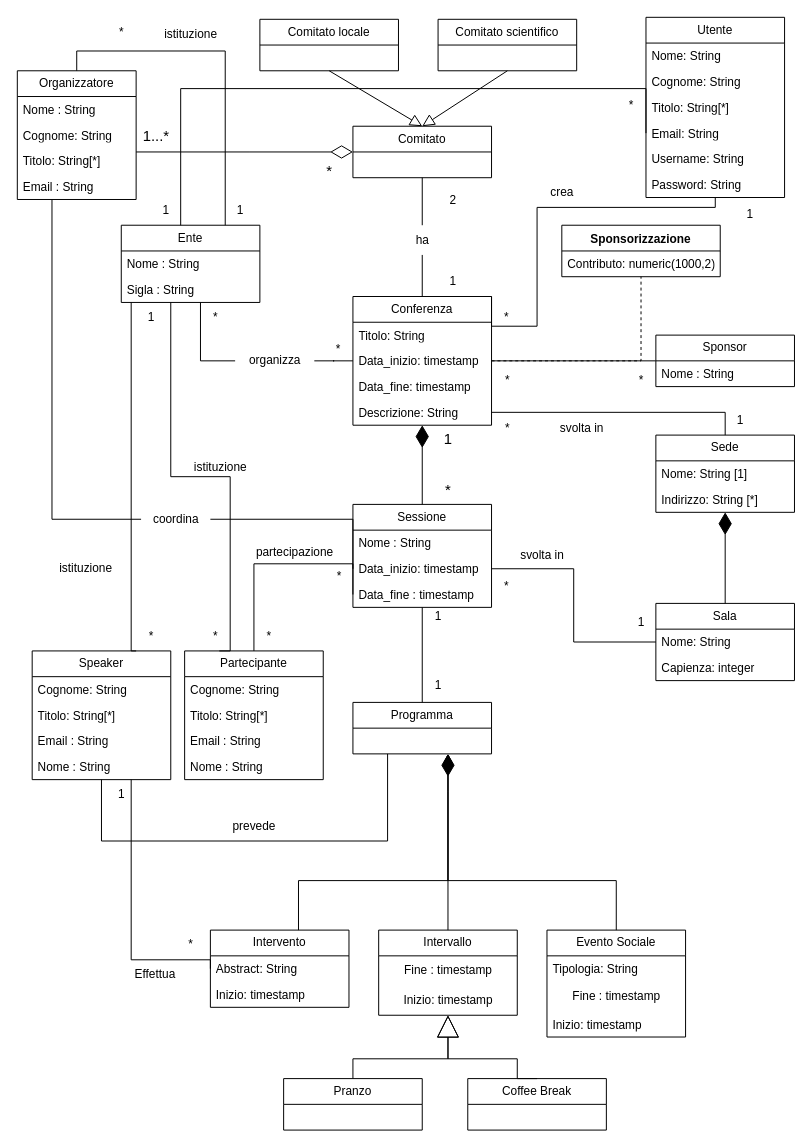
Above: Documentazione/Documentazione_DB/Immagini/Schema_Concettuale.drawio in Antonio-Caporaso/OO-BD-22-23 (draw.io), before the change. Source tidied: cells renumbered, new cells numbered last; positions are measured from the earlier drawing's top-left corner, leaving out a move shared by most shapes. Both pictures are drawn from the tidied source at 99%, with x=0, y=0 at pixel (17, 17).
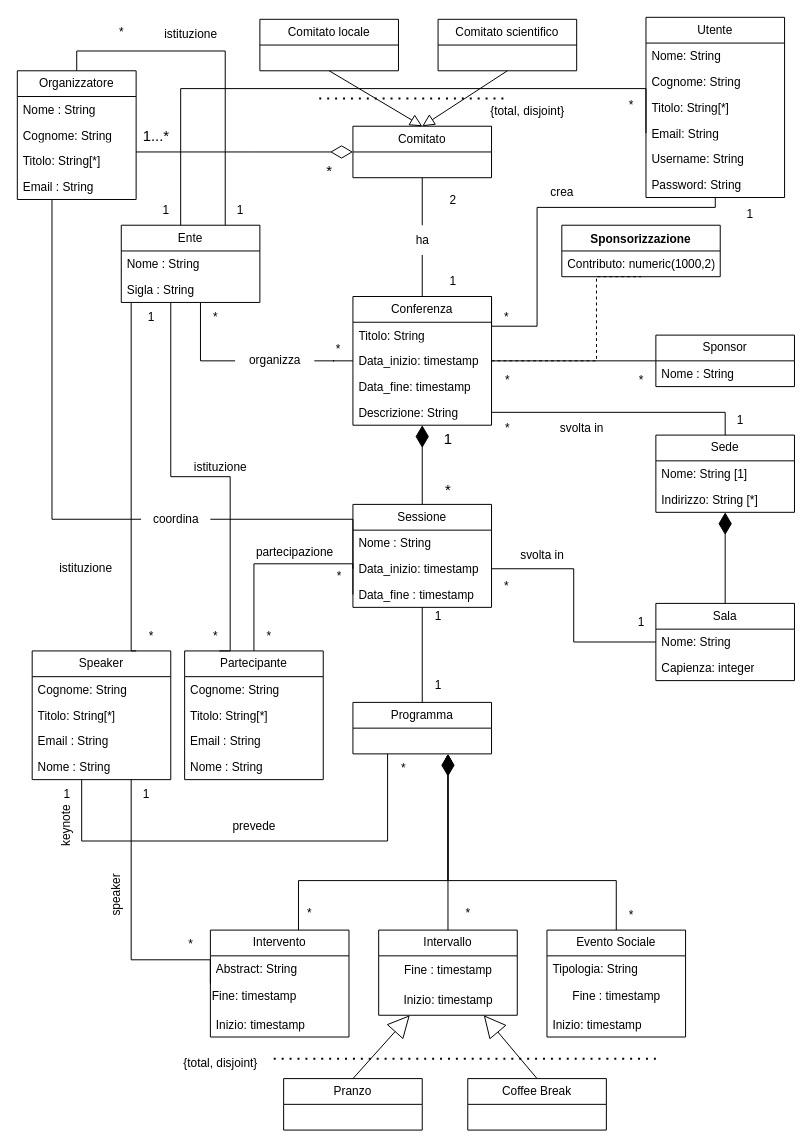
The same diagram, later.

The change refers to these unchanged cells:
```xml
<mxCell id="19" value="Data_inizio: timestamp" style="text;strokeColor=none;fillColor=none;align=left;verticalAlign=top;spacingLeft=4;spacingRight=4;overflow=hidden;points=[[0,0.5],[1,0.5]];portConstraint=eastwest;whiteSpace=wrap;html=1;fontSize=12;fontFamily=Helvetica;fontColor=default;" parent="17" vertex="1">
  <mxGeometry y="52" width="140" height="26" as="geometry" />
</mxCell>
<mxCell id="28" value="Sponsorizzazione" style="swimlane;fontStyle=1;align=center;verticalAlign=top;horizontal=1;startSize=26;whiteSpace=wrap;html=1;fontFamily=Helvetica;fontSize=12;fontColor=default;fillColor=none;gradientColor=none;" parent="1" vertex="1">
  <mxGeometry x="550" y="210" width="160" height="52" as="geometry" />
</mxCell>
<mxCell id="68" value="Programma" style="swimlane;fontStyle=0;horizontal=1;startSize=26;fillColor=none;whiteSpace=wrap;html=1;fontFamily=Helvetica;fontSize=12;fontColor=default;" parent="1" vertex="1">
  <mxGeometry x="339" y="692" width="140" height="52" as="geometry" />
</mxCell>
<mxCell id="71" value="Speaker" style="swimlane;fontStyle=0;horizontal=1;startSize=26;fillColor=none;whiteSpace=wrap;html=1;fontFamily=Helvetica;fontSize=12;fontColor=default;" parent="1" vertex="1">
  <mxGeometry x="15" y="640" width="140" height="130" as="geometry" />
</mxCell>
<mxCell id="88" value="Intervallo" style="swimlane;fontStyle=0;horizontal=1;startSize=26;fillColor=none;whiteSpace=wrap;html=1;fontFamily=Helvetica;fontSize=12;fontColor=default;" parent="1" vertex="1">
  <mxGeometry x="365" y="922" width="140" height="86" as="geometry" />
</mxCell>
<mxCell id="97" value="Pranzo" style="swimlane;fontStyle=0;horizontal=1;startSize=26;fillColor=none;whiteSpace=wrap;html=1;fontFamily=Helvetica;fontSize=12;fontColor=default;" parent="1" vertex="1">
  <mxGeometry x="269" y="1072" width="140" height="52" as="geometry" />
</mxCell>
<mxCell id="99" value="Coffee Break" style="swimlane;fontStyle=0;horizontal=1;startSize=26;fillColor=none;whiteSpace=wrap;html=1;fontFamily=Helvetica;fontSize=12;fontColor=default;" parent="1" vertex="1">
  <mxGeometry x="455" y="1072" width="140" height="52" as="geometry" />
</mxCell>
```

The edit, as a diff of the source:
```diff
@@
     <mxCell id="30" style="edgeStyle=orthogonalEdgeStyle;rounded=0;jettySize=auto;html=1;exitX=1;exitY=0.5;exitDx=0;exitDy=0;entryX=0.5;entryY=1;entryDx=0;entryDy=0;fontFamily=Helvetica;fontSize=12;fontColor=default;dashed=1;endArrow=none;endFill=0;" parent="1" edge="1" source="19" target="28">
-      <mxGeometry relative="1" as="geometry" />
+      <mxGeometry relative="1" as="geometry">
+        <Array as="points">
+          <mxPoint x="585" y="347" />
+          <mxPoint x="585" y="262" />
+        </Array>
+      </mxGeometry>
     </mxCell>
@@
     <mxCell id="67" style="edgeStyle=orthogonalEdgeStyle;rounded=0;jettySize=auto;html=1;exitX=0.25;exitY=1;exitDx=0;exitDy=0;endArrow=none;endFill=0;" parent="1" edge="1" source="68" target="71">
       <mxGeometry relative="1" as="geometry">
         <Array as="points">
           <mxPoint x="374" y="832" />
-          <mxPoint x="85" y="832" />
+          <mxPoint x="65" y="832" />
         </Array>
       </mxGeometry>
     </mxCell>
@@
     <mxCell id="84" value="Intervento" style="swimlane;fontStyle=0;horizontal=1;startSize=26;fillColor=none;whiteSpace=wrap;html=1;fontFamily=Helvetica;fontSize=12;fontColor=default;" parent="1" vertex="1">
-      <mxGeometry x="195" y="922" width="140" height="78" as="geometry" />
+      <mxGeometry x="195" y="922" width="140" height="108" as="geometry" />
     </mxCell>
@@
+    <mxCell id="112" value="Fine: timestamp" style="text;html=1;align=left;verticalAlign=middle;strokeColor=none;fillColor=none;" parent="84" vertex="1">
+      <mxGeometry y="52" width="140" height="30" as="geometry" />
+    </mxCell>
     <mxCell id="86" value="Inizio: timestamp" style="text;strokeColor=none;fillColor=none;align=left;verticalAlign=top;spacingLeft=4;spacingRight=4;overflow=hidden;whiteSpace=wrap;html=1;fontSize=12;fontFamily=Helvetica;fontColor=default;" parent="84" vertex="1">
-      <mxGeometry y="52" width="140" height="26" as="geometry" />
+      <mxGeometry y="82" width="140" height="26" as="geometry" />
     </mxCell>
@@
-    <mxCell id="96" style="edgeStyle=orthogonalEdgeStyle;rounded=0;jettySize=auto;html=1;exitX=0.5;exitY=0;exitDx=0;exitDy=0;fontFamily=Helvetica;fontSize=12;fontColor=default;endArrow=block;endFill=0;endSize=20;" parent="1" edge="1" source="97" target="88">
-      <mxGeometry relative="1" as="geometry">
-        <Array as="points">
-          <mxPoint x="339" y="1052" />
-          <mxPoint x="435" y="1052" />
-        </Array>
-      </mxGeometry>
+    <mxCell id="96" style="rounded=0;jettySize=auto;html=1;exitX=0.5;exitY=0;exitDx=0;exitDy=0;fontFamily=Helvetica;fontSize=12;fontColor=default;endArrow=block;endFill=0;endSize=20;" parent="1" edge="1" source="97" target="88">
+      <mxGeometry relative="1" as="geometry" />
     </mxCell>
@@
-    <mxCell id="98" style="edgeStyle=orthogonalEdgeStyle;rounded=0;jettySize=auto;html=1;exitX=0.5;exitY=0;exitDx=0;exitDy=0;fontFamily=Helvetica;fontSize=12;fontColor=default;endArrow=block;endFill=0;endSize=20;" parent="1" edge="1" source="99" target="88">
-      <mxGeometry relative="1" as="geometry">
-        <Array as="points">
-          <mxPoint x="505" y="1052" />
-          <mxPoint x="435" y="1052" />
-        </Array>
-      </mxGeometry>
+    <mxCell id="98" style="rounded=0;jettySize=auto;html=1;exitX=0.5;exitY=0;exitDx=0;exitDy=0;fontFamily=Helvetica;fontSize=12;fontColor=default;endArrow=block;endFill=0;endSize=20;" parent="1" edge="1" source="99" target="88">
+      <mxGeometry relative="1" as="geometry" />
     </mxCell>
@@
     <mxCell id="103" value="1" style="text;html=1;align=center;verticalAlign=middle;strokeColor=none;fillColor=none;fontSize=12;fontFamily=Helvetica;fontColor=default;" parent="1" vertex="1">
-      <mxGeometry x="90" y="770" width="30" height="30" as="geometry" />
+      <mxGeometry x="35" y="770" width="30" height="30" as="geometry" />
     </mxCell>
@@
-    <mxCell id="112" value="Effettua" style="text;html=1;align=center;verticalAlign=middle;strokeColor=none;fillColor=none;" parent="1" vertex="1">
-      <mxGeometry x="109" y="952" width="60" height="30" as="geometry" />
-    </mxCell>
@@
+    <mxCell id="132" value="*" style="text;html=1;align=center;verticalAlign=middle;strokeColor=none;fillColor=none;" parent="1" vertex="1">
+      <mxGeometry x="280" y="890" width="30" height="30" as="geometry" />
+    </mxCell>
+    <mxCell id="133" value="*" style="text;html=1;align=center;verticalAlign=middle;strokeColor=none;fillColor=none;" parent="1" vertex="1">
+      <mxGeometry x="440" y="890" width="30" height="30" as="geometry" />
+    </mxCell>
+    <mxCell id="134" value="*" style="text;html=1;align=center;verticalAlign=middle;strokeColor=none;fillColor=none;" parent="1" vertex="1">
+      <mxGeometry x="605" y="892" width="30" height="30" as="geometry" />
+    </mxCell>
+    <mxCell id="135" value="*" style="text;html=1;align=center;verticalAlign=middle;strokeColor=none;fillColor=none;" parent="1" vertex="1">
+      <mxGeometry x="375" y="744" width="30" height="30" as="geometry" />
+    </mxCell>
+    <mxCell id="136" value="keynote" style="text;html=1;align=center;verticalAlign=middle;strokeColor=none;fillColor=none;horizontal=0;" parent="1" vertex="1">
+      <mxGeometry x="15" y="802" width="70" height="30" as="geometry" />
+    </mxCell>
+    <mxCell id="137" style="endArrow=none;dashed=1;html=1;dashPattern=1 3;strokeWidth=2;rounded=0;" parent="1" edge="1">
+      <mxGeometry relative="1" as="geometry">
+        <mxPoint x="305" y="82" as="sourcePoint" />
+        <mxPoint x="495" y="82" as="targetPoint" />
+      </mxGeometry>
+    </mxCell>
+    <mxCell id="138" value="{total, disjoint}" style="text;html=1;align=center;verticalAlign=middle;strokeColor=none;fillColor=none;" parent="1" vertex="1">
+      <mxGeometry x="465" y="80" width="100" height="30" as="geometry" />
+    </mxCell>
+    <mxCell id="139" style="endArrow=none;dashed=1;html=1;dashPattern=1 3;strokeWidth=2;rounded=0;" parent="1" edge="1">
+      <mxGeometry relative="1" as="geometry">
+        <mxPoint x="259" y="1052" as="sourcePoint" />
+        <mxPoint x="645" y="1052" as="targetPoint" />
+      </mxGeometry>
+    </mxCell>
+    <mxCell id="140" value="{total, disjoint}" style="text;html=1;align=center;verticalAlign=middle;strokeColor=none;fillColor=none;" parent="1" vertex="1">
+      <mxGeometry x="155" y="1042" width="100" height="30" as="geometry" />
+    </mxCell>
+    <mxCell id="141" value="speaker" style="text;html=1;align=center;verticalAlign=middle;strokeColor=none;fillColor=none;horizontal=0;" parent="1" vertex="1">
+      <mxGeometry x="65" y="872" width="70" height="30" as="geometry" />
+    </mxCell>
+    <mxCell id="142" value="1" style="text;html=1;align=center;verticalAlign=middle;strokeColor=none;fillColor=none;" parent="1" vertex="1">
+      <mxGeometry x="115" y="770" width="30" height="30" as="geometry" />
+    </mxCell>
```
